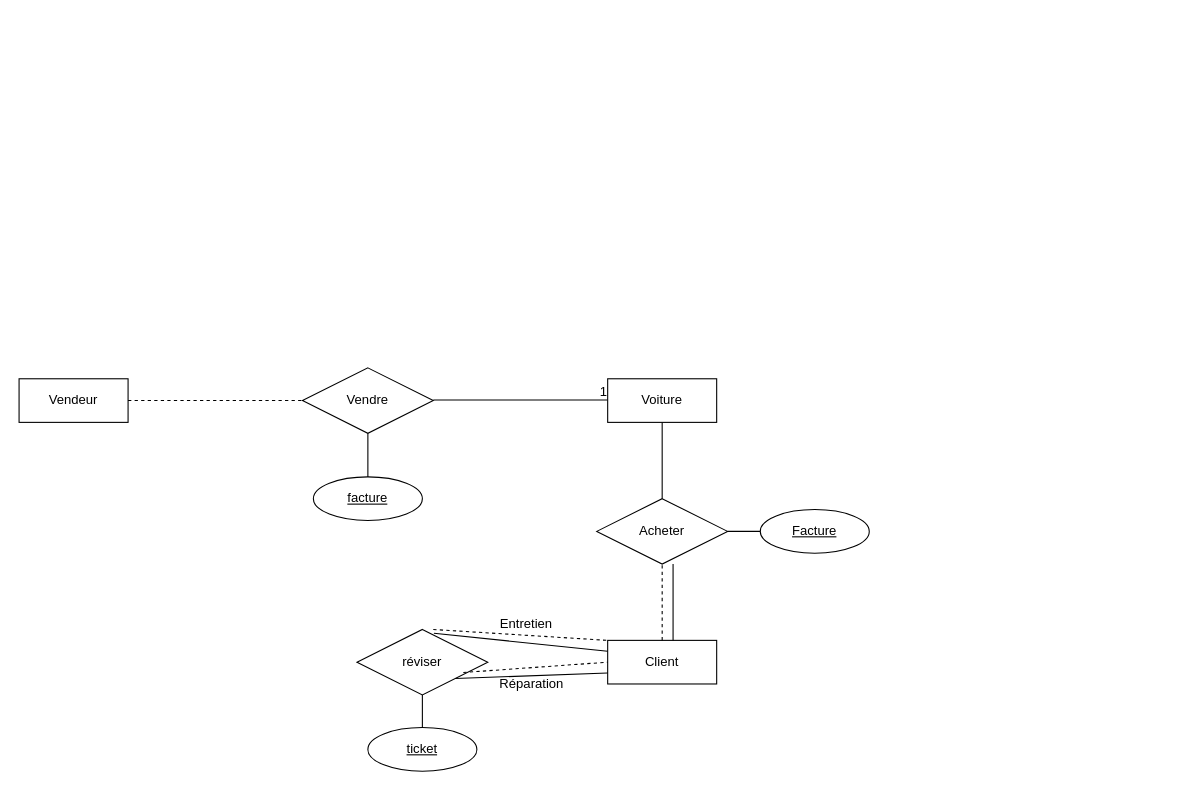
The draw.io diagram IFT2935-devoir1.drawio in aloNe-G40/IFT2935-Devoir-1, before the edit. Source tidied: cells renumbered, new cells numbered last; positions are measured from the earlier drawing's top-left corner, leaving out a move shared by most shapes. Both pictures are drawn from the tidied source at 109%, with x=0, y=0 at pixel (19, 367).
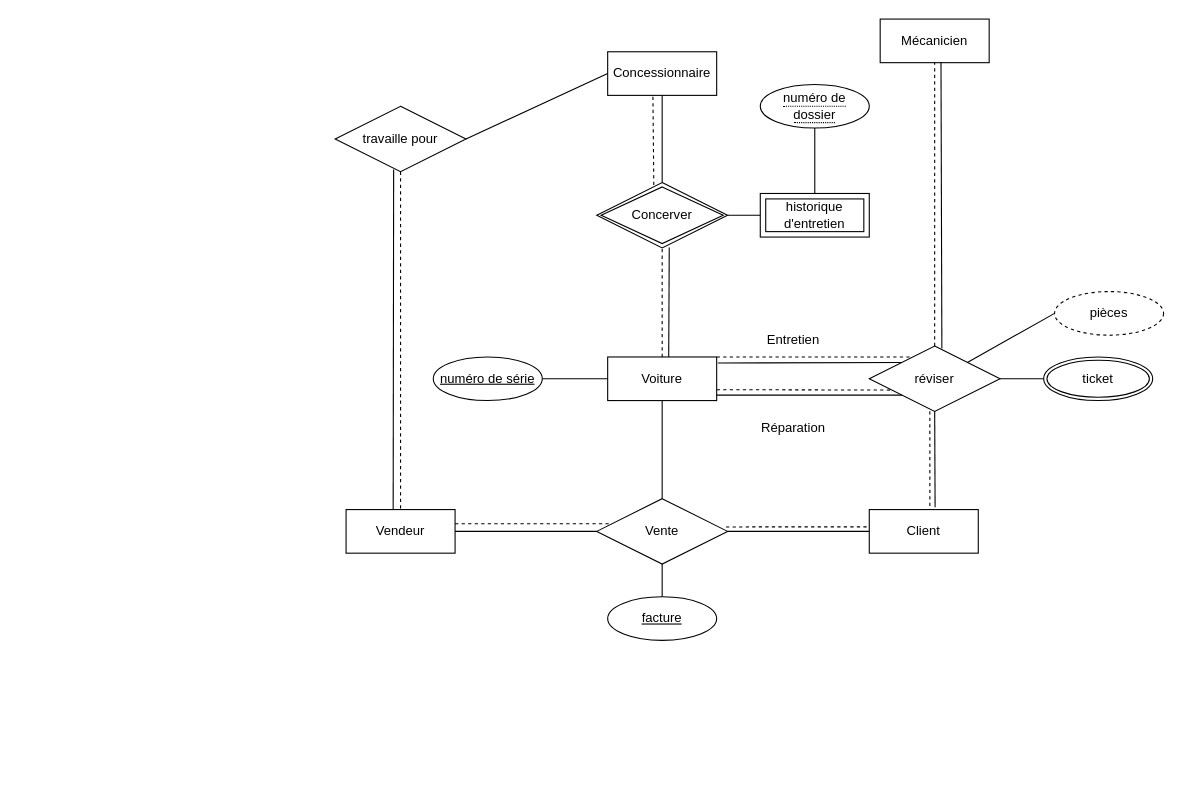
Above is the later version.

The edit, as a diff of the source:
```diff
@@
     <mxCell id="2" value="Vendeur" style="whiteSpace=wrap;html=1;align=center;" parent="1" vertex="1">
-      <mxGeometry y="10" width="100" height="40" as="geometry" />
+      <mxGeometry x="300" y="130" width="100" height="40" as="geometry" />
     </mxCell>
-    <mxCell id="3" value="Vendre" style="shape=rhombus;perimeter=rhombusPerimeter;whiteSpace=wrap;html=1;align=center;" parent="1" vertex="1">
-      <mxGeometry x="260" width="120" height="60" as="geometry" />
-    </mxCell>
-    <mxCell id="4" style="endArrow=none;html=1;rounded=0;" parent="1" edge="1">
-      <mxGeometry relative="1" as="geometry">
-        <mxPoint x="380" y="29.5" as="sourcePoint" />
-        <mxPoint x="540" y="29.5" as="targetPoint" />
-      </mxGeometry>
-    </mxCell>
-    <mxCell id="5" value="1" style="html=1;align=right;verticalAlign=bottom;" parent="4" vertex="1">
-      <mxGeometry x="1" relative="1" as="geometry" />
-    </mxCell>
     <mxCell id="6" value="Voiture" style="whiteSpace=wrap;html=1;align=center;" parent="1" vertex="1">
-      <mxGeometry x="540" y="10" width="100" height="40" as="geometry" />
+      <mxGeometry x="540" y="-10" width="100" height="40" as="geometry" />
     </mxCell>
-    <mxCell id="7" style="endArrow=none;dashed=1;html=1;rounded=0;exitX=1;exitY=0.5;exitDx=0;exitDy=0;entryX=0;entryY=0.5;entryDx=0;entryDy=0;" parent="1" edge="1" source="2" target="3">
-      <mxGeometry relative="1" as="geometry" />
-    </mxCell>
-    <mxCell id="8" value="Acheter" style="shape=rhombus;perimeter=rhombusPerimeter;whiteSpace=wrap;html=1;align=center;" parent="1" vertex="1">
+    <mxCell id="8" value="Vente" style="shape=rhombus;perimeter=rhombusPerimeter;whiteSpace=wrap;html=1;align=center;" parent="1" vertex="1">
       <mxGeometry x="530" y="120" width="120" height="60" as="geometry" />
     </mxCell>
     <mxCell id="9" value="Client" style="whiteSpace=wrap;html=1;align=center;" parent="1" vertex="1">
-      <mxGeometry x="540" y="250" width="100" height="40" as="geometry" />
+      <mxGeometry x="780" y="130" width="100" height="40" as="geometry" />
     </mxCell>
-    <mxCell id="10" style="endArrow=none;dashed=1;html=1;rounded=0;entryX=0.5;entryY=1;entryDx=0;entryDy=0;exitX=0.5;exitY=0;exitDx=0;exitDy=0;" parent="1" edge="1" source="9" target="8">
+    <mxCell id="10" style="endArrow=none;dashed=1;html=1;rounded=0;exitX=-0.024;exitY=0.397;exitDx=0;exitDy=0;entryX=0.966;entryY=0.432;entryDx=0;entryDy=0;entryPerimeter=0;exitPerimeter=0;" parent="1" edge="1" source="9" target="8">
       <mxGeometry relative="1" as="geometry" />
     </mxCell>
-    <mxCell id="11" style="endArrow=none;html=1;rounded=0;" parent="1" edge="1">
-      <mxGeometry relative="1" as="geometry">
-        <mxPoint x="600" y="250" as="sourcePoint" />
-        <mxPoint x="600" y="180" as="targetPoint" />
-        <Array as="points">
-          <mxPoint x="600" y="210" />
-        </Array>
-      </mxGeometry>
+    <mxCell id="11" style="endArrow=none;html=1;rounded=0;entryX=1;entryY=0.5;entryDx=0;entryDy=0;exitX=0;exitY=0.5;exitDx=0;exitDy=0;" parent="1" edge="1" source="9" target="8">
+      <mxGeometry relative="1" as="geometry" />
     </mxCell>
@@
-    <mxCell id="13" value="facture" style="ellipse;whiteSpace=wrap;html=1;align=center;fontStyle=4;" parent="1" vertex="1">
-      <mxGeometry x="270" y="100" width="100" height="40" as="geometry" />
-    </mxCell>
-    <mxCell id="14" style="endArrow=none;html=1;rounded=0;entryX=0.5;entryY=1;entryDx=0;entryDy=0;" parent="1" edge="1" target="3">
-      <mxGeometry relative="1" as="geometry">
-        <mxPoint x="320" y="100" as="sourcePoint" />
-      </mxGeometry>
-    </mxCell>
-    <mxCell id="15" value="Facture" style="ellipse;whiteSpace=wrap;html=1;align=center;fontStyle=4;" parent="1" vertex="1">
-      <mxGeometry x="680" y="130" width="100" height="40" as="geometry" />
-    </mxCell>
-    <mxCell id="16" style="endArrow=none;html=1;rounded=0;entryX=1;entryY=0.5;entryDx=0;entryDy=0;exitX=0;exitY=0.5;exitDx=0;exitDy=0;" parent="1" edge="1" source="15" target="8">
-      <mxGeometry relative="1" as="geometry" />
-    </mxCell>
     <mxCell id="17" value="réviser" style="shape=rhombus;perimeter=rhombusPerimeter;whiteSpace=wrap;html=1;align=center;" parent="1" vertex="1">
-      <mxGeometry x="310" y="240" width="120" height="60" as="geometry" />
+      <mxGeometry x="780" y="-20" width="120" height="60" as="geometry" />
     </mxCell>
-    <mxCell id="18" style="endArrow=none;html=1;rounded=0;exitX=1;exitY=1;exitDx=0;exitDy=0;entryX=0;entryY=0.75;entryDx=0;entryDy=0;" parent="1" edge="1" source="17" target="9">
+    <mxCell id="18" style="endArrow=none;html=1;rounded=0;exitX=0.5;exitY=1;exitDx=0;exitDy=0;entryX=0.604;entryY=-0.051;entryDx=0;entryDy=0;entryPerimeter=0;" parent="1" edge="1" source="17" target="9">
       <mxGeometry relative="1" as="geometry" />
     </mxCell>
-    <mxCell id="19" style="endArrow=none;dashed=1;html=1;rounded=0;exitX=0.813;exitY=0.658;exitDx=0;exitDy=0;exitPerimeter=0;entryX=0;entryY=0.5;entryDx=0;entryDy=0;" parent="1" edge="1" source="17" target="9">
+    <mxCell id="19" style="endArrow=none;dashed=1;html=1;rounded=0;exitX=0.463;exitY=0.995;exitDx=0;exitDy=0;exitPerimeter=0;entryX=0.556;entryY=-0.068;entryDx=0;entryDy=0;entryPerimeter=0;" parent="1" edge="1" source="17" target="9">
       <mxGeometry relative="1" as="geometry" />
     </mxCell>
-    <mxCell id="20" style="endArrow=none;html=1;rounded=0;exitX=0;exitY=0.25;exitDx=0;exitDy=0;entryX=0.588;entryY=0.058;entryDx=0;entryDy=0;entryPerimeter=0;" parent="1" edge="1" source="9" target="17">
-      <mxGeometry relative="1" as="geometry" />
-    </mxCell>
-    <mxCell id="21" style="endArrow=none;dashed=1;html=1;rounded=0;" parent="1" edge="1">
-      <mxGeometry relative="1" as="geometry">
-        <mxPoint x="380" y="240" as="sourcePoint" />
-        <mxPoint x="540" y="250" as="targetPoint" />
-      </mxGeometry>
-    </mxCell>
     <mxCell id="22" value="Entretien" style="text;html=1;align=center;verticalAlign=middle;strokeColor=none;fillColor=none;" parent="1" vertex="1">
-      <mxGeometry x="430" y="220" width="70" height="30" as="geometry" />
+      <mxGeometry x="675" y="-40" width="70" height="30" as="geometry" />
     </mxCell>
     <mxCell id="23" value="Réparation" style="text;html=1;align=center;verticalAlign=middle;strokeColor=none;fillColor=none;" parent="1" vertex="1">
-      <mxGeometry x="430" y="275" width="80" height="30" as="geometry" />
+      <mxGeometry x="670" y="40" width="80" height="30" as="geometry" />
     </mxCell>
+    <mxCell id="26" style="endArrow=none;html=1;rounded=0;exitX=0;exitY=0;exitDx=0;exitDy=0;entryX=1.011;entryY=0.139;entryDx=0;entryDy=0;entryPerimeter=0;" parent="1" edge="1" source="17" target="6">
+      <mxGeometry relative="1" as="geometry" />
+    </mxCell>
+    <mxCell id="27" style="endArrow=none;dashed=1;html=1;rounded=0;entryX=0.333;entryY=0.167;entryDx=0;entryDy=0;exitX=1;exitY=0;exitDx=0;exitDy=0;entryPerimeter=0;" parent="1" edge="1" source="6" target="17">
+      <mxGeometry relative="1" as="geometry" />
+    </mxCell>
+    <mxCell id="28" style="endArrow=none;dashed=1;html=1;rounded=0;entryX=0.181;entryY=0.673;entryDx=0;entryDy=0;exitX=1;exitY=0.75;exitDx=0;exitDy=0;entryPerimeter=0;" parent="1" edge="1" source="6" target="17">
+      <mxGeometry relative="1" as="geometry" />
+    </mxCell>
+    <mxCell id="29" style="endArrow=none;html=1;rounded=0;entryX=0;entryY=1;entryDx=0;entryDy=0;" parent="1" edge="1" target="17">
+      <mxGeometry relative="1" as="geometry">
+        <mxPoint x="640" y="25" as="sourcePoint" />
+      </mxGeometry>
+    </mxCell>
+    <mxCell id="30" value="Concessionnaire" style="whiteSpace=wrap;html=1;align=center;" parent="1" vertex="1">
+      <mxGeometry x="540" y="-290" width="100" height="40" as="geometry" />
+    </mxCell>
+    <mxCell id="31" value="travaille pour" style="shape=rhombus;perimeter=rhombusPerimeter;whiteSpace=wrap;html=1;align=center;" parent="1" vertex="1">
+      <mxGeometry x="290" y="-240" width="120" height="60" as="geometry" />
+    </mxCell>
+    <mxCell id="32" style="endArrow=none;html=1;rounded=0;exitX=0.432;exitY=0.012;exitDx=0;exitDy=0;entryX=0.447;entryY=0.967;entryDx=0;entryDy=0;entryPerimeter=0;exitPerimeter=0;" parent="1" edge="1" source="2" target="31">
+      <mxGeometry relative="1" as="geometry" />
+    </mxCell>
+    <mxCell id="33" style="endArrow=none;html=1;rounded=0;entryX=0;entryY=0.5;entryDx=0;entryDy=0;exitX=1;exitY=0.5;exitDx=0;exitDy=0;" parent="1" edge="1" source="31" target="30">
+      <mxGeometry relative="1" as="geometry" />
+    </mxCell>
+    <mxCell id="34" style="endArrow=none;dashed=1;html=1;rounded=0;" parent="1" edge="1" target="2">
+      <mxGeometry relative="1" as="geometry">
+        <mxPoint x="350" y="-180" as="sourcePoint" />
+      </mxGeometry>
+    </mxCell>
+    <mxCell id="13" value="facture" style="ellipse;whiteSpace=wrap;html=1;align=center;fontStyle=4;" parent="1" vertex="1">
+      <mxGeometry x="540" y="210" width="100" height="40" as="geometry" />
+    </mxCell>
+    <mxCell id="35" style="endArrow=none;html=1;rounded=0;entryX=0.5;entryY=1;entryDx=0;entryDy=0;" parent="1" edge="1" source="13" target="8">
+      <mxGeometry relative="1" as="geometry" />
+    </mxCell>
+    <mxCell id="36" style="endArrow=none;dashed=1;html=1;rounded=0;entryX=0.096;entryY=0.383;entryDx=0;entryDy=0;entryPerimeter=0;" parent="1" edge="1" target="8">
+      <mxGeometry relative="1" as="geometry">
+        <mxPoint x="400" y="143" as="sourcePoint" />
+      </mxGeometry>
+    </mxCell>
+    <mxCell id="37" style="endArrow=none;html=1;rounded=0;exitX=1;exitY=0.5;exitDx=0;exitDy=0;" parent="1" edge="1" source="2" target="8">
+      <mxGeometry relative="1" as="geometry" />
+    </mxCell>
-    <mxCell id="24" value="ticket" style="ellipse;whiteSpace=wrap;html=1;align=center;fontStyle=4;" parent="1" vertex="1">
-      <mxGeometry x="320" y="330" width="100" height="40" as="geometry" />
+    <mxCell id="24" value="ticket" style="ellipse;shape=doubleEllipse;margin=3;whiteSpace=wrap;html=1;align=center;" parent="1" vertex="1">
+      <mxGeometry x="940" y="-10" width="100" height="40" as="geometry" />
     </mxCell>
-    <mxCell id="25" style="endArrow=none;html=1;rounded=0;exitX=0.5;exitY=0;exitDx=0;exitDy=0;" parent="1" edge="1" source="24">
-      <mxGeometry relative="1" as="geometry">
-        <mxPoint x="370" y="300" as="targetPoint" />
-      </mxGeometry>
-    </mxCell>
+    <mxCell id="38" value="numéro de série" style="ellipse;whiteSpace=wrap;html=1;align=center;fontStyle=4;" parent="1" vertex="1">
+      <mxGeometry x="380" y="-10" width="100" height="40" as="geometry" />
+    </mxCell>
+    <mxCell id="39" style="endArrow=none;html=1;rounded=0;exitX=1;exitY=0.5;exitDx=0;exitDy=0;entryX=0;entryY=0.5;entryDx=0;entryDy=0;" parent="1" edge="1" source="38" target="6">
+      <mxGeometry relative="1" as="geometry" />
+    </mxCell>
+    <mxCell id="40" value="Mécanicien" style="whiteSpace=wrap;html=1;align=center;" parent="1" vertex="1">
+      <mxGeometry x="790" y="-320" width="100" height="40" as="geometry" />
+    </mxCell>
+    <mxCell id="41" style="endArrow=none;html=1;rounded=0;entryX=0.558;entryY=0.992;entryDx=0;entryDy=0;entryPerimeter=0;exitX=0.555;exitY=0.036;exitDx=0;exitDy=0;exitPerimeter=0;" parent="1" edge="1" source="17" target="40">
+      <mxGeometry relative="1" as="geometry" />
+    </mxCell>
+    <mxCell id="42" style="endArrow=none;dashed=1;html=1;rounded=0;entryX=0.5;entryY=1;entryDx=0;entryDy=0;exitX=0.5;exitY=0;exitDx=0;exitDy=0;" parent="1" edge="1" source="17" target="40">
+      <mxGeometry relative="1" as="geometry" />
+    </mxCell>
+    <mxCell id="43" style="endArrow=none;html=1;rounded=0;entryX=0;entryY=0.5;entryDx=0;entryDy=0;" parent="1" edge="1" target="24">
+      <mxGeometry relative="1" as="geometry">
+        <mxPoint x="900" y="10" as="sourcePoint" />
+      </mxGeometry>
+    </mxCell>
+    <mxCell id="44" value="pièces" style="ellipse;whiteSpace=wrap;html=1;align=center;dashed=1;" parent="1" vertex="1">
+      <mxGeometry x="950" y="-70" width="100" height="40" as="geometry" />
+    </mxCell>
+    <mxCell id="45" style="endArrow=none;html=1;rounded=0;entryX=0;entryY=0.5;entryDx=0;entryDy=0;exitX=1;exitY=0;exitDx=0;exitDy=0;" parent="1" edge="1" source="17" target="44">
+      <mxGeometry relative="1" as="geometry" />
+    </mxCell>
+    <mxCell id="46" value="historique d'entretien" style="shape=ext;margin=3;double=1;whiteSpace=wrap;html=1;align=center;" parent="1" vertex="1">
+      <mxGeometry x="680" y="-160" width="100" height="40" as="geometry" />
+    </mxCell>
+    <mxCell id="47" value="Concerver" style="shape=rhombus;double=1;perimeter=rhombusPerimeter;whiteSpace=wrap;html=1;align=center;" parent="1" vertex="1">
+      <mxGeometry x="530" y="-170" width="120" height="60" as="geometry" />
+    </mxCell>
+    <mxCell id="48" style="endArrow=none;dashed=1;html=1;rounded=0;entryX=0.415;entryY=0.992;entryDx=0;entryDy=0;entryPerimeter=0;exitX=0.436;exitY=0.036;exitDx=0;exitDy=0;exitPerimeter=0;" parent="1" edge="1" source="47" target="30">
+      <mxGeometry relative="1" as="geometry" />
+    </mxCell>
+    <mxCell id="49" style="endArrow=none;html=1;rounded=0;entryX=0.5;entryY=1;entryDx=0;entryDy=0;exitX=0.5;exitY=0;exitDx=0;exitDy=0;" parent="1" edge="1" source="47" target="30">
+      <mxGeometry relative="1" as="geometry" />
+    </mxCell>
+    <mxCell id="50" style="endArrow=none;html=1;rounded=0;exitX=1;exitY=0.5;exitDx=0;exitDy=0;entryX=0;entryY=0.5;entryDx=0;entryDy=0;" parent="1" edge="1" source="47" target="46">
+      <mxGeometry relative="1" as="geometry" />
+    </mxCell>
+    <mxCell id="51" value="&lt;span style=&quot;border-bottom: 1px dotted&quot;&gt;numéro de dossier&lt;/span&gt;" style="ellipse;whiteSpace=wrap;html=1;align=center;" parent="1" vertex="1">
+      <mxGeometry x="680" y="-260" width="100" height="40" as="geometry" />
+    </mxCell>
+    <mxCell id="52" style="endArrow=none;html=1;rounded=0;exitX=0.5;exitY=1;exitDx=0;exitDy=0;entryX=0.5;entryY=0;entryDx=0;entryDy=0;" parent="1" edge="1" source="51" target="46">
+      <mxGeometry relative="1" as="geometry" />
+    </mxCell>
+    <mxCell id="53" style="endArrow=none;html=1;rounded=0;entryX=0.554;entryY=0.994;entryDx=0;entryDy=0;entryPerimeter=0;" parent="1" edge="1" target="47">
+      <mxGeometry relative="1" as="geometry">
+        <mxPoint x="596" y="-10" as="sourcePoint" />
+      </mxGeometry>
+    </mxCell>
+    <mxCell id="54" style="endArrow=none;dashed=1;html=1;rounded=0;entryX=0.5;entryY=1;entryDx=0;entryDy=0;exitX=0.5;exitY=0;exitDx=0;exitDy=0;" parent="1" edge="1" source="6" target="47">
+      <mxGeometry relative="1" as="geometry" />
+    </mxCell>
```
